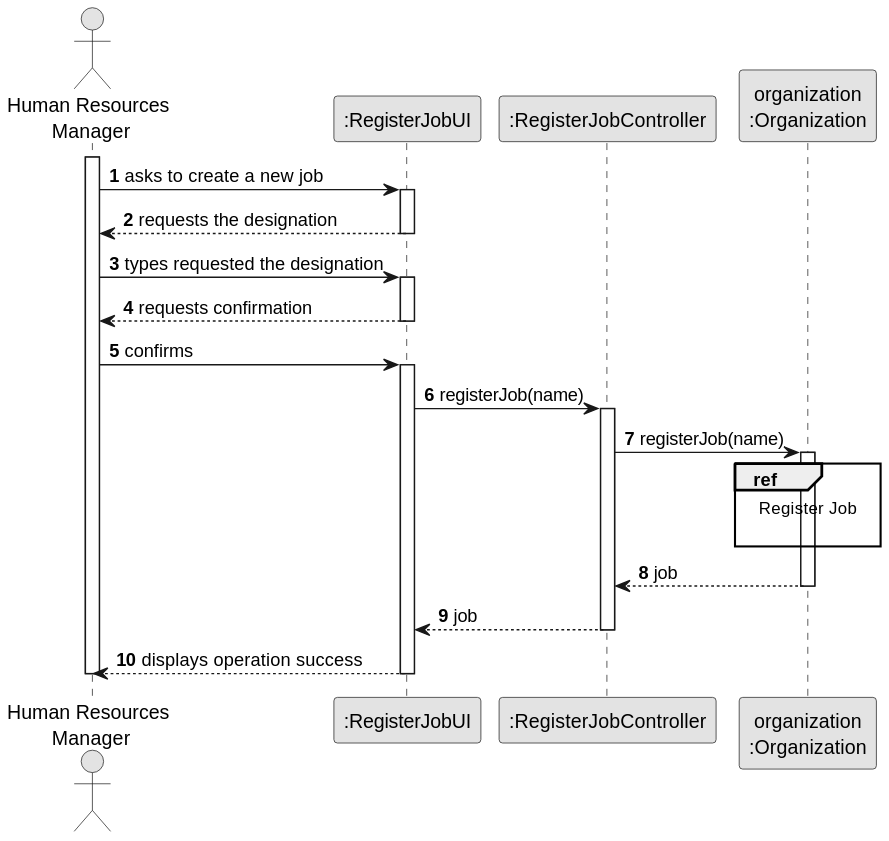
Earlier version of the PlantUML export docs/sprintB/us002/03.design/svg/us002-sequence-diagram-split.svg (diogoveirospro/lei-24-s2-1dg-g072).
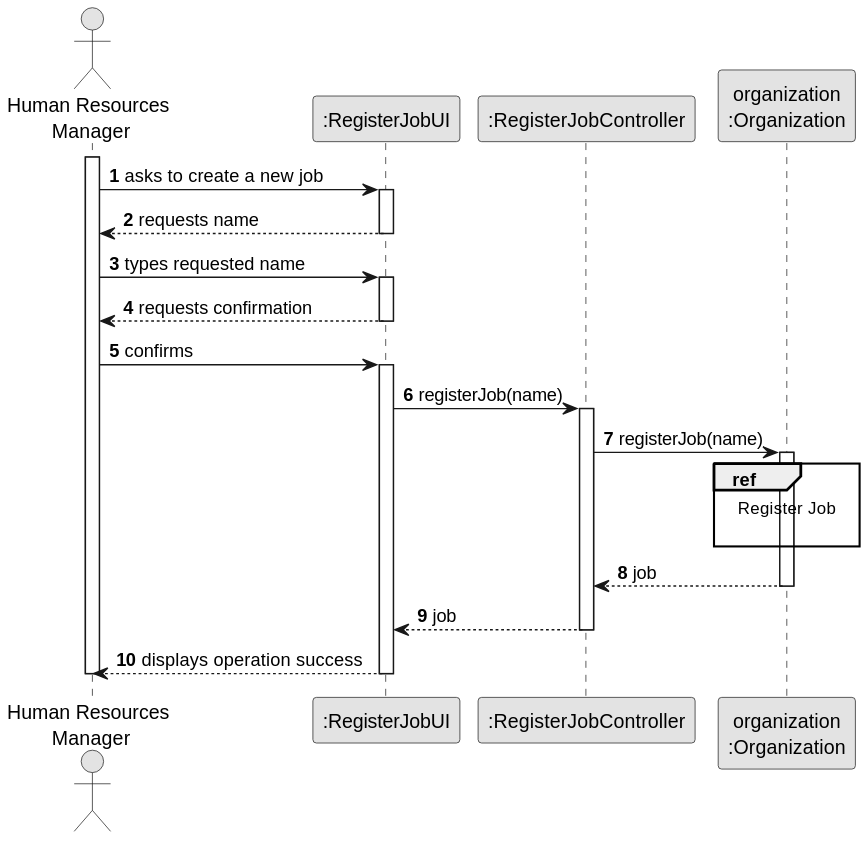
Later version of the same file.

Commit message:
US9's Domain Model US2 and US5's Sequence Diagram and Domain Model - corrections

Diff of the diagram source:
```diff
@@ -16,10 +16,10 @@
 
     activate UI
 
-        UI --> HRM : requests the designation
+        UI --> HRM : requests name
     deactivate UI
 
-    HRM -> UI : types requested the designation
+    HRM -> UI : types requested name
     activate UI
 
         UI --> HRM : requests confirmation
```
